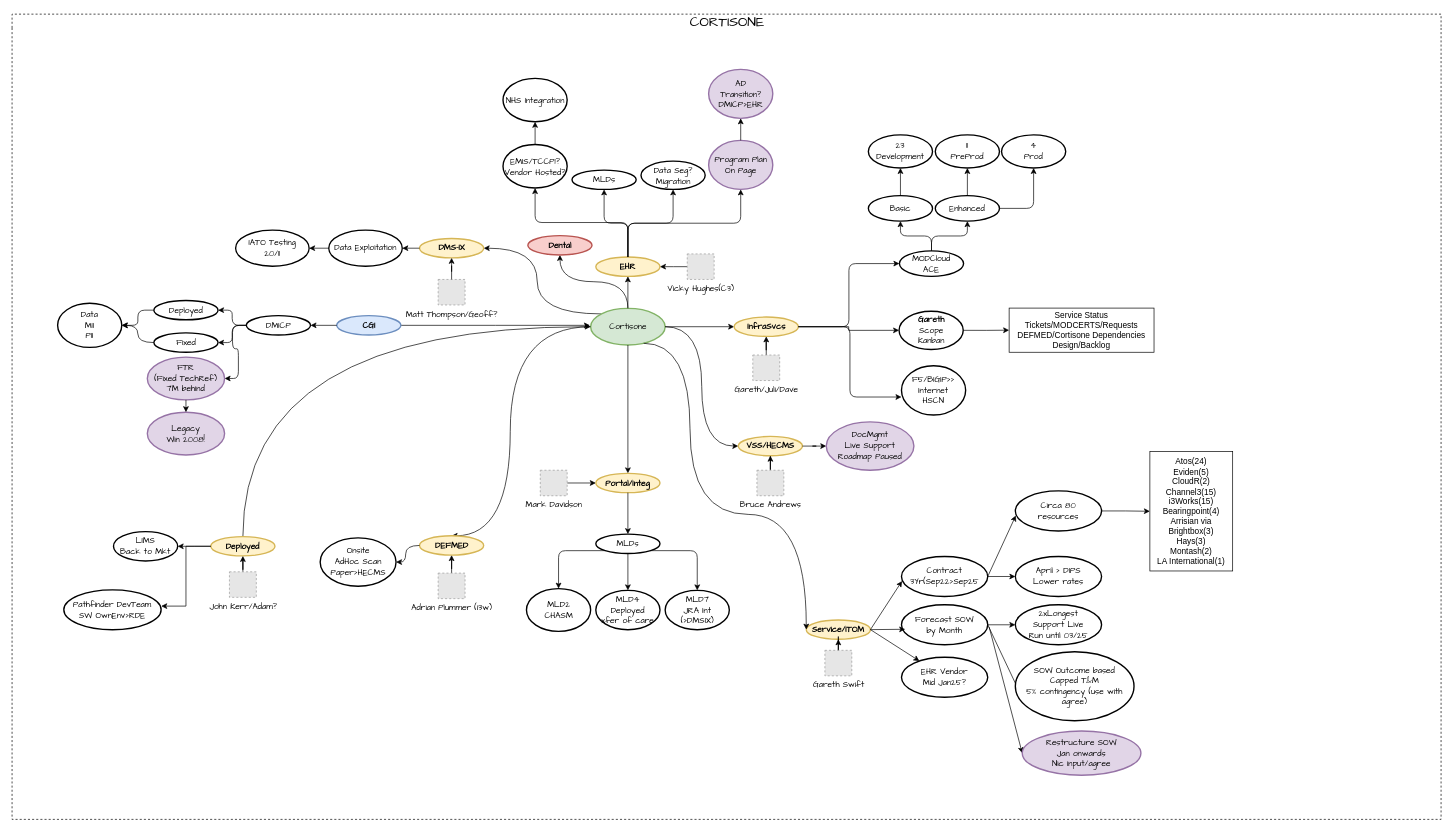
This is page "Overview" (1 of 4) of 202411 Cortisone.drawio from dalegent42/DrawIO, a draw.io file, before an edit. Source tidied: cells renumbered, new cells numbered last; positions are measured from the earlier drawing's top-left corner, leaving out a move shared by most shapes. Both pictures are drawn from the tidied source at 69%, with x=0, y=0 at pixel (12, 14). Pictures stored in the file or linked from it are replaced by grey dashed boxes.
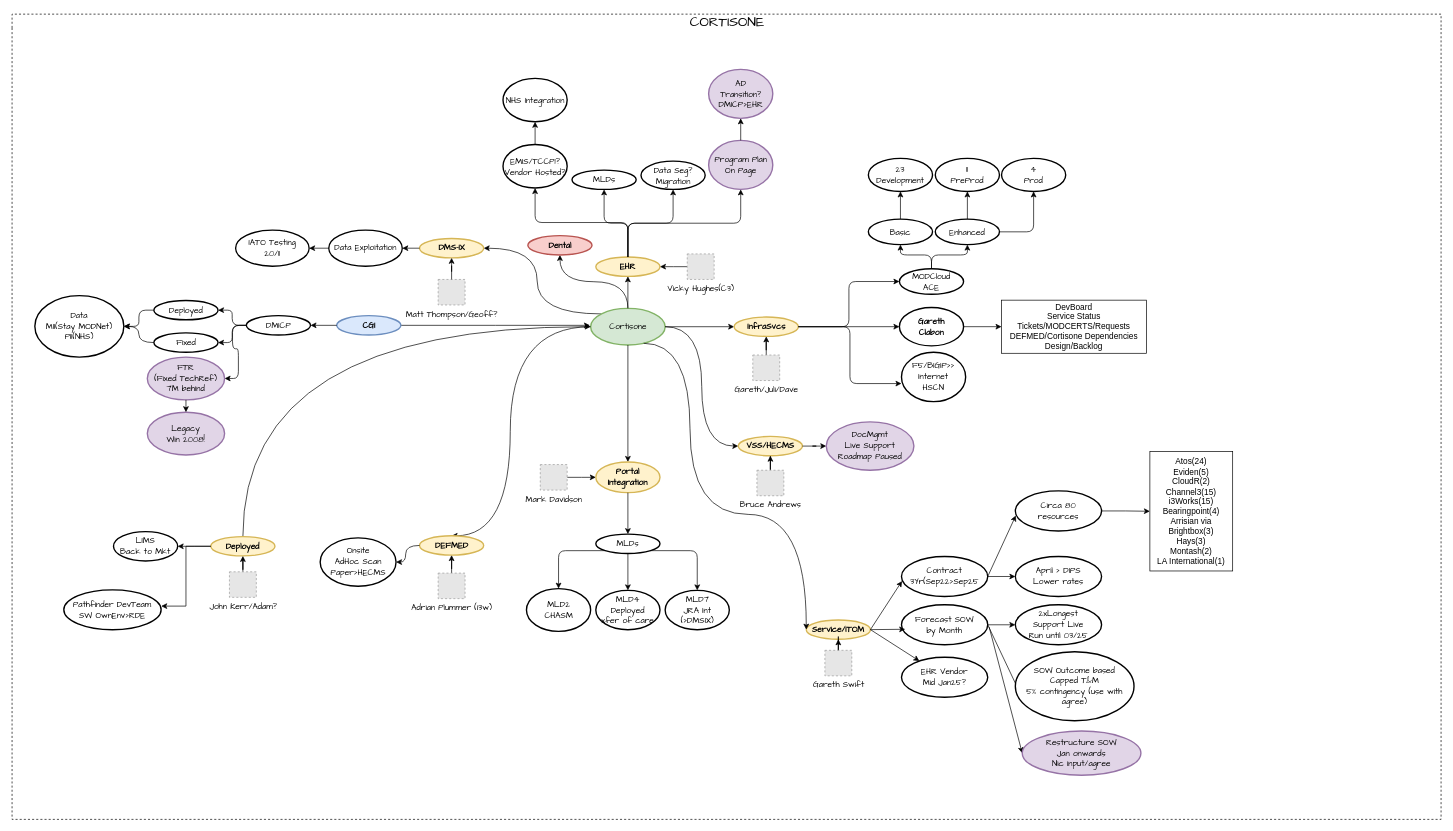
After the change.

The change refers to these unchanged cells:
```xml
<mxCell id="2" value="&lt;span style=&quot;&quot;&gt;&lt;font style=&quot;font-size: 20px;&quot;&gt;CORTISONE&lt;/font&gt;&lt;/span&gt;" style="swimlane;html=1;startSize=20;horizontal=1;containerType=tree;labelBackgroundColor=none;strokeWidth=1;fontFamily=Comic Sans MS;fontSize=9;swimlaneLine=0;dashed=1;fontStyle=0;" parent="1" vertex="1">
  <mxGeometry width="2071" height="1167" as="geometry" />
</mxCell>
```

The edit, as a diff of the source:
```diff
@@
     <mxCell id="17" value="&lt;font face=&quot;Comic Sans MS&quot;&gt;MODCloud&lt;/font&gt;&lt;div&gt;&lt;font face=&quot;Comic Sans MS&quot;&gt;ACE&lt;/font&gt;&lt;/div&gt;" style="ellipse;whiteSpace=wrap;html=1;align=center;strokeWidth=2;" parent="2" vertex="1">
-      <mxGeometry x="1286" y="343" width="93" height="37" as="geometry" />
+      <mxGeometry x="1286" y="369" width="93" height="37" as="geometry" />
     </mxCell>
@@
-    <mxCell id="24" value="&lt;font face=&quot;Comic Sans MS&quot;&gt;Portal/Integ&lt;/font&gt;" style="ellipse;whiteSpace=wrap;html=1;align=center;strokeWidth=2;fontStyle=1;fillColor=#fff2cc;strokeColor=#d6b656;" parent="2" vertex="1">
-      <mxGeometry x="846" y="665.5" width="93" height="28" as="geometry" />
+    <mxCell id="24" value="&lt;font face=&quot;Comic Sans MS&quot;&gt;Portal&lt;/font&gt;&lt;div&gt;&lt;font face=&quot;Comic Sans MS&quot;&gt;Integration&lt;/font&gt;&lt;/div&gt;" style="ellipse;whiteSpace=wrap;html=1;align=center;strokeWidth=2;fontStyle=1;fillColor=#fff2cc;strokeColor=#d6b656;" parent="2" vertex="1">
+      <mxGeometry x="846" y="649" width="93" height="44.5" as="geometry" />
     </mxCell>
@@
     <mxCell id="26" value="Mark Davidson" style="fillColor=#E6E6E6;strokeColor=#999999;dashed=1;html=1;verticalAlign=top;verticalLabelPosition=bottom;labelBackgroundColor=#ffffff;fontFamily=Comic Sans MS;fontSize=12;fontColor=#000000;align=center;" parent="2" vertex="1">
-      <mxGeometry x="765.5" y="661" width="39" height="37" as="geometry" />
+      <mxGeometry x="765.5" y="652.8" width="39" height="37" as="geometry" />
     </mxCell>
@@
     <mxCell id="57" value="&lt;font face=&quot;Comic Sans MS&quot;&gt;Basic&lt;/font&gt;" style="ellipse;whiteSpace=wrap;html=1;align=center;strokeWidth=2;" parent="2" vertex="1">
-      <mxGeometry x="1241" y="263" width="93" height="37" as="geometry" />
+      <mxGeometry x="1241" y="297" width="93" height="37" as="geometry" />
     </mxCell>
     <mxCell id="58" value="&lt;font face=&quot;Comic Sans MS&quot;&gt;Enhanced&lt;/font&gt;" style="ellipse;whiteSpace=wrap;html=1;align=center;strokeWidth=2;" parent="2" vertex="1">
-      <mxGeometry x="1338" y="263" width="93" height="37" as="geometry" />
+      <mxGeometry x="1338" y="297" width="93" height="37" as="geometry" />
     </mxCell>
@@
     <mxCell id="61" value="&lt;font face=&quot;Comic Sans MS&quot;&gt;23&lt;/font&gt;&lt;div&gt;&lt;font face=&quot;Comic Sans MS&quot;&gt;Development&lt;/font&gt;&lt;/div&gt;" style="ellipse;whiteSpace=wrap;html=1;align=center;strokeWidth=2;" parent="2" vertex="1">
-      <mxGeometry x="1241" y="175" width="93" height="48" as="geometry" />
+      <mxGeometry x="1241" y="209" width="93" height="48" as="geometry" />
     </mxCell>
@@
     <mxCell id="63" value="&lt;font face=&quot;Comic Sans MS&quot;&gt;11&lt;/font&gt;&lt;div&gt;&lt;font face=&quot;Comic Sans MS&quot;&gt;PreProd&lt;/font&gt;&lt;/div&gt;" style="ellipse;whiteSpace=wrap;html=1;align=center;strokeWidth=2;" parent="2" vertex="1">
-      <mxGeometry x="1338" y="175" width="93" height="48" as="geometry" />
+      <mxGeometry x="1338" y="209" width="93" height="48" as="geometry" />
     </mxCell>
@@
     <mxCell id="65" value="&lt;font face=&quot;Comic Sans MS&quot;&gt;4&lt;/font&gt;&lt;div&gt;&lt;font face=&quot;Comic Sans MS&quot;&gt;Prod&lt;/font&gt;&lt;/div&gt;" style="ellipse;whiteSpace=wrap;html=1;align=center;strokeWidth=2;" parent="2" vertex="1">
-      <mxGeometry x="1434" y="175" width="93" height="48" as="geometry" />
+      <mxGeometry x="1434" y="209" width="93" height="48" as="geometry" />
     </mxCell>
@@
-    <mxCell id="106" value="&lt;font face=&quot;Comic Sans MS&quot;&gt;Data&lt;/font&gt;&lt;div&gt;&lt;font face=&quot;Comic Sans MS&quot;&gt;MII&lt;/font&gt;&lt;/div&gt;&lt;div&gt;&lt;font face=&quot;Comic Sans MS&quot;&gt;PII&lt;/font&gt;&lt;/div&gt;" style="ellipse;whiteSpace=wrap;html=1;align=center;strokeWidth=2;" parent="2" vertex="1">
-      <mxGeometry x="66" y="419" width="93" height="64" as="geometry" />
+    <mxCell id="106" value="&lt;font face=&quot;Comic Sans MS&quot;&gt;Data&lt;/font&gt;&lt;div&gt;&lt;font face=&quot;Comic Sans MS&quot;&gt;MII(Stay MODNet)&lt;/font&gt;&lt;/div&gt;&lt;div&gt;&lt;font face=&quot;Comic Sans MS&quot;&gt;PII(NHS)&lt;/font&gt;&lt;/div&gt;" style="ellipse;whiteSpace=wrap;html=1;align=center;strokeWidth=2;" parent="2" vertex="1">
+      <mxGeometry x="33" y="408" width="129" height="89" as="geometry" />
     </mxCell>
@@
-    <mxCell id="111" value="&lt;font style=&quot;&quot; face=&quot;Comic Sans MS&quot;&gt;Gareth&lt;/font&gt;&lt;div&gt;&lt;font style=&quot;font-weight: normal;&quot; face=&quot;Comic Sans MS&quot;&gt;Scope&lt;/font&gt;&lt;div&gt;&lt;font style=&quot;font-weight: normal;&quot; face=&quot;Comic Sans MS&quot;&gt;Kanban&lt;/font&gt;&lt;/div&gt;&lt;/div&gt;" style="ellipse;whiteSpace=wrap;html=1;align=center;strokeWidth=2;fontStyle=1;" parent="2" vertex="1">
-      <mxGeometry x="1285.5" y="430.5" width="93" height="55.5" as="geometry" />
+    <mxCell id="111" value="&lt;font style=&quot;&quot; face=&quot;Comic Sans MS&quot;&gt;Gareth&lt;/font&gt;&lt;div&gt;&lt;font style=&quot;&quot; face=&quot;Comic Sans MS&quot;&gt;Clabon&lt;/font&gt;&lt;/div&gt;" style="ellipse;whiteSpace=wrap;html=1;align=center;strokeWidth=2;fontStyle=1;" parent="2" vertex="1">
+      <mxGeometry x="1286" y="425.2" width="93" height="55.5" as="geometry" />
     </mxCell>
-    <mxCell id="112" value="Service Status&lt;div&gt;Tickets/MODCERTS/Requests&lt;/div&gt;&lt;div&gt;DEFMED/Cortisone Dependencies&lt;/div&gt;&lt;div&gt;Design/Backlog&lt;/div&gt;" style="rounded=0;whiteSpace=wrap;html=1;" parent="2" vertex="1">
-      <mxGeometry x="1445" y="426" width="210" height="64" as="geometry" />
+    <mxCell id="112" value="DevBoard&lt;div&gt;Service Status&lt;div&gt;Tickets/MODCERTS/Requests&lt;/div&gt;&lt;div&gt;DEFMED/Cortisone Dependencies&lt;/div&gt;&lt;div&gt;Design/Backlog&lt;/div&gt;&lt;/div&gt;" style="rounded=0;whiteSpace=wrap;html=1;" parent="2" vertex="1">
+      <mxGeometry x="1434" y="414.5" width="210" height="77" as="geometry" />
     </mxCell>
     <mxCell id="113" value="&lt;font face=&quot;Comic Sans MS&quot;&gt;F5/BIGIP&amp;gt;&amp;gt;&lt;/font&gt;&lt;div&gt;&lt;font face=&quot;Comic Sans MS&quot;&gt;Internet&lt;/font&gt;&lt;div&gt;&lt;font face=&quot;Comic Sans MS&quot;&gt;HSCN&lt;/font&gt;&lt;/div&gt;&lt;/div&gt;" style="ellipse;whiteSpace=wrap;html=1;align=center;strokeWidth=2;" parent="2" vertex="1">
-      <mxGeometry x="1289" y="509.5" width="93" height="71.5" as="geometry" />
+      <mxGeometry x="1289" y="490" width="93" height="71.5" as="geometry" />
     </mxCell>
```
